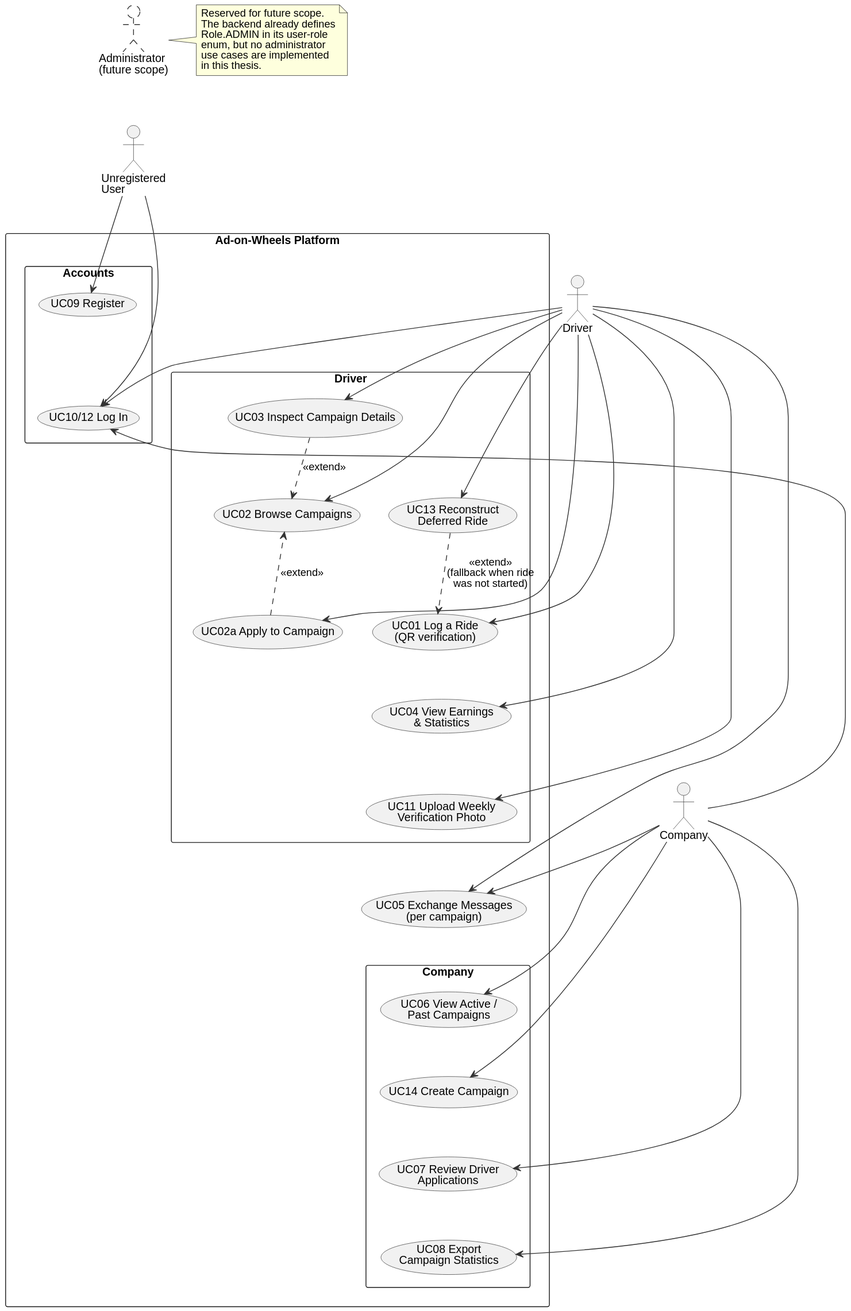
Above: DOCS/diagrams/use-case-diagram.svg in TheXik/Ad-on-Wheels (PlantUML), before the change.
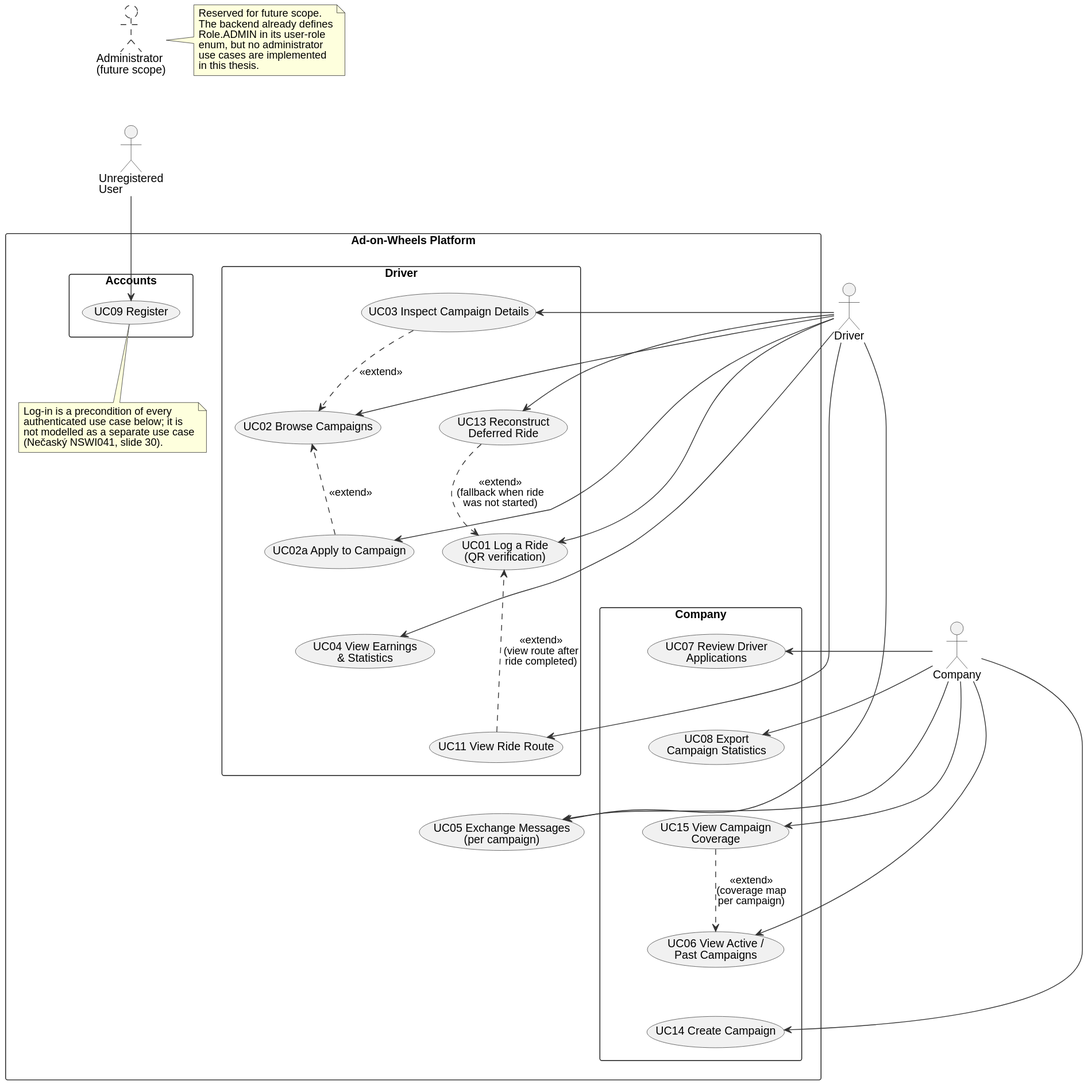
The same file after the commit.

Change to the diagram source:
```diff
@@ -25,8 +25,14 @@
 
   package "Accounts" {
     usecase "UC09 Register"  as UC09
-    usecase "UC10/12 Log In" as UC10
   }
+
+  note bottom of UC09
+    Log-in is a precondition of every
+    authenticated use case below; it is
+    not modelled as a separate use case
+    (Nečaský NSWI041, slide 30).
+  end note
 
   package "Driver" {
     usecase "UC02 Browse Campaigns"                  as UC02
@@ -35,7 +41,7 @@
     usecase "UC13 Reconstruct\nDeferred Ride"        as UC13
     usecase "UC01 Log a Ride\n(QR verification)"     as UC01
     usecase "UC04 View Earnings\n& Statistics"       as UC04
-    usecase "UC11 Upload Weekly\nVerification Photo" as UC11
+    usecase "UC11 View Ride Route"                   as UC11
   }
 
   usecase "UC05 Exchange Messages\n(per campaign)" as UC05
@@ -45,13 +51,12 @@
     usecase "UC14 Create Campaign"               as UC14
     usecase "UC07 Review Driver\nApplications"   as UC07
     usecase "UC08 Export\nCampaign Statistics"   as UC08
+    usecase "UC15 View Campaign\nCoverage"       as UC15
   }
 }
 
 Guest   --> UC09
-Guest   --> UC10
 
-DriverActor --> UC10
 DriverActor --> UC02
 DriverActor --> UC02a
 DriverActor --> UC03
@@ -61,23 +66,24 @@
 DriverActor --> UC11
 DriverActor --> UC05
 
-CompanyActor --> UC10
 CompanyActor --> UC06
 CompanyActor --> UC14
 CompanyActor --> UC07
 CompanyActor --> UC08
 CompanyActor --> UC05
+CompanyActor --> UC15
 
 UC02a ..> UC02 : <<extend>>
 UC03  ..> UC02 : <<extend>>
 UC13  ..> UC01 : <<extend>>\n(fallback when ride\nwas not started)
+UC11  ..> UC01 : <<extend>>\n(view route after\nride completed)
+UC15  ..> UC06 : <<extend>>\n(coverage map\nper campaign)
 
 Admin -[hidden]down-> Guest
 UC03  -[hidden]right- DriverActor
 UC07  -[hidden]right- CompanyActor
 
-UC09  -[hidden]down-> UC10
-UC10  -[hidden]down-> UC02
+UC09  -[hidden]down-> UC02
 UC02  -[hidden]down-> UC02a
 UC02a -[hidden]down-> UC03
 UC03  -[hidden]down-> UC13
@@ -89,4 +95,5 @@
 UC06  -[hidden]down-> UC14
 UC14  -[hidden]down-> UC07
 UC07  -[hidden]down-> UC08
+UC08  -[hidden]down-> UC15
 @enduml
```
